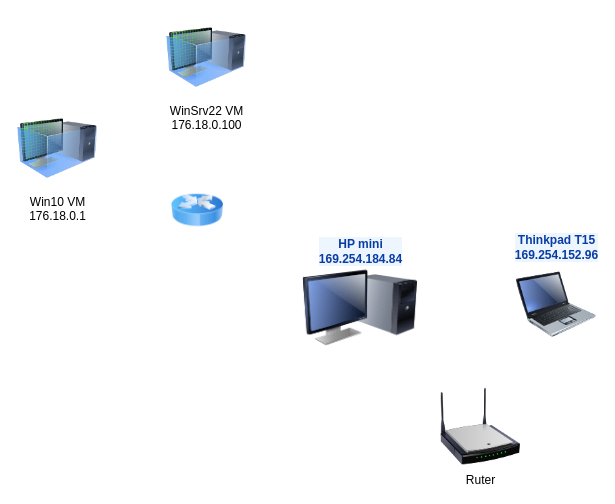
This is Untitled Diagram.drawio from sivertmh/sysadm_fordypning, a draw.io file, before an edit. Source tidied: cells renumbered, new cells numbered last; positions are measured from the earlier drawing's top-left corner, leaving out a move shared by most shapes. Both pictures are drawn from the tidied source at 100%, with x=0, y=0 at pixel (17, 17).
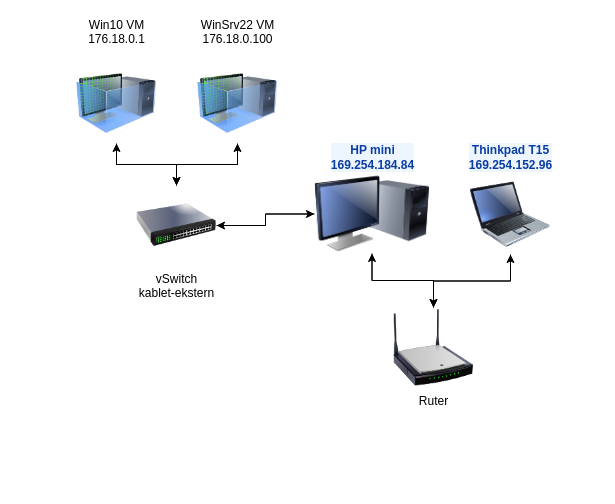
The same diagram, later.

What changed in the source:
```diff
@@
 <mxGraphModel>
   <root>
     <mxCell id="0" />
     <mxCell id="1" parent="0" />
+    <mxCell id="8" style="edgeStyle=orthogonalEdgeStyle;rounded=0;jettySize=auto;html=1;" parent="1" edge="1" source="2" target="4">
+      <mxGeometry relative="1" as="geometry" />
+    </mxCell>
+    <mxCell id="9" style="edgeStyle=orthogonalEdgeStyle;rounded=0;jettySize=auto;html=1;" parent="1" edge="1" source="2" target="3">
+      <mxGeometry relative="1" as="geometry" />
+    </mxCell>
     <mxCell id="2" value="Ruter" style="image;html=1;image=img/lib/clip_art/networking/Wireless_Router_N_128x128.png;" parent="1" vertex="1">
-      <mxGeometry x="423" y="369" width="80" height="80" as="geometry" />
+      <mxGeometry x="376" y="290" width="80" height="80" as="geometry" />
     </mxCell>
+    <mxCell id="10" style="edgeStyle=orthogonalEdgeStyle;rounded=0;jettySize=auto;html=1;" parent="1" edge="1" source="3" target="18">
+      <mxGeometry relative="1" as="geometry" />
+    </mxCell>
+    <mxCell id="11" style="edgeStyle=orthogonalEdgeStyle;rounded=0;jettySize=auto;html=1;" parent="1" edge="1" source="3" target="2">
+      <mxGeometry relative="1" as="geometry" />
+    </mxCell>
     <mxCell id="3" value="&lt;div class=&quot;ewa-rteLine&quot;&gt;HP mini&lt;/div&gt;&lt;div class=&quot;ewa-rteLine&quot;&gt;169.254.184.84&lt;/div&gt;" style="image;html=1;image=img/lib/clip_art/computers/Monitor_Tower_128x128.png;fontFamily=Helvetica;fontSize=12;fontColor=#0A3DA3;align=center;strokeWidth=2;fillColor=#EDF5FF;fontStyle=1;verticalAlign=bottom;strokeColor=none;labelBackgroundColor=#EDF5FF;labelBorderColor=none;labelPosition=center;verticalLabelPosition=top;" parent="1" vertex="1">
-      <mxGeometry x="285" y="251" width="115" height="79" as="geometry" />
+      <mxGeometry x="297" y="157" width="115" height="79" as="geometry" />
     </mxCell>
+    <mxCell id="12" style="edgeStyle=orthogonalEdgeStyle;rounded=0;jettySize=auto;html=1;" parent="1" edge="1" source="4" target="2">
+      <mxGeometry relative="1" as="geometry" />
+    </mxCell>
     <mxCell id="4" value="&lt;div&gt;Thinkpad T15&lt;/div&gt;&lt;div class=&quot;ewa-rteLine&quot;&gt;169.254.152.96&lt;/div&gt;" style="image;html=1;image=img/lib/clip_art/computers/Laptop_128x128.png;fontFamily=Helvetica;fontSize=12;fontColor=#0A3DA3;align=center;strokeWidth=2;fillColor=#EDF5FF;fontStyle=1;verticalAlign=bottom;strokeColor=none;labelBackgroundColor=#EDF5FF;labelBorderColor=none;labelPosition=center;verticalLabelPosition=top;" parent="1" vertex="1">
-      <mxGeometry x="499" y="247" width="80" height="80" as="geometry" />
+      <mxGeometry x="453" y="157" width="80" height="80" as="geometry" />
     </mxCell>
+    <mxCell id="13" style="edgeStyle=orthogonalEdgeStyle;rounded=0;jettySize=auto;html=1;" parent="1" edge="1" source="5" target="18">
+      <mxGeometry relative="1" as="geometry" />
+    </mxCell>
-    <mxCell id="5" value="&lt;div&gt;Win10 VM&lt;/div&gt;&lt;div&gt;&lt;div class=&quot;ewa-rteLine&quot;&gt;176.18.0.1&lt;/div&gt;&lt;br&gt;&lt;/div&gt;" style="image;html=1;image=img/lib/clip_art/computers/Virtual_Machine_128x128.png;" parent="1" vertex="1">
-      <mxGeometry y="91" width="80" height="80" as="geometry" />
+    <mxCell id="5" value="&lt;div&gt;Win10 VM&lt;/div&gt;&lt;div&gt;&lt;div class=&quot;ewa-rteLine&quot;&gt;176.18.0.1&lt;/div&gt;&lt;br&gt;&lt;/div&gt;" style="image;html=1;image=img/lib/clip_art/computers/Virtual_Machine_128x128.png;labelPosition=center;verticalLabelPosition=top;align=center;verticalAlign=bottom;" parent="1" vertex="1">
+      <mxGeometry x="59" y="46" width="80" height="80" as="geometry" />
     </mxCell>
+    <mxCell id="14" style="edgeStyle=orthogonalEdgeStyle;rounded=0;jettySize=auto;html=1;" parent="1" edge="1" source="6" target="18">
+      <mxGeometry relative="1" as="geometry" />
+    </mxCell>
-    <mxCell id="6" value="&lt;div&gt;WinSrv22 VM&lt;/div&gt;&lt;div&gt;&lt;div class=&quot;ewa-rteLine&quot;&gt;176.18.0.100&lt;/div&gt;&lt;br&gt;&lt;/div&gt;" style="image;html=1;image=img/lib/clip_art/computers/Virtual_Machine_128x128.png;" parent="1" vertex="1">
-      <mxGeometry x="149" width="80" height="80" as="geometry" />
+    <mxCell id="6" value="&lt;div&gt;WinSrv22 VM&lt;/div&gt;&lt;div&gt;&lt;div class=&quot;ewa-rteLine&quot;&gt;176.18.0.100&lt;/div&gt;&lt;br&gt;&lt;/div&gt;" style="image;html=1;image=img/lib/clip_art/computers/Virtual_Machine_128x128.png;labelPosition=center;verticalLabelPosition=top;align=center;verticalAlign=bottom;" parent="1" vertex="1">
+      <mxGeometry x="180" y="46" width="80" height="80" as="geometry" />
     </mxCell>
-    <mxCell id="7" style="image;html=1;image=img/lib/clip_art/networking/Router_Icon_128x128.png;" parent="1" vertex="1">
-      <mxGeometry x="154" y="167" width="52" height="52" as="geometry" />
-    </mxCell>
+    <mxCell id="15" style="edgeStyle=orthogonalEdgeStyle;rounded=0;jettySize=auto;html=1;" parent="1" edge="1" source="18" target="5">
+      <mxGeometry relative="1" as="geometry" />
+    </mxCell>
+    <mxCell id="16" style="edgeStyle=orthogonalEdgeStyle;rounded=0;jettySize=auto;html=1;" parent="1" edge="1" source="18" target="6">
+      <mxGeometry relative="1" as="geometry" />
+    </mxCell>
+    <mxCell id="17" style="edgeStyle=orthogonalEdgeStyle;rounded=0;jettySize=auto;html=1;" parent="1" edge="1" source="18" target="3">
+      <mxGeometry relative="1" as="geometry" />
+    </mxCell>
+    <mxCell id="18" value="&lt;div&gt;vSwitch&lt;/div&gt;&lt;div&gt;kablet-ekstern&lt;/div&gt;" style="image;html=1;image=img/lib/clip_art/networking/Switch_128x128.png;" parent="1" vertex="1">
+      <mxGeometry x="119" y="168" width="80" height="80" as="geometry" />
+    </mxCell>
   </root>
 </mxGraphModel>
```
